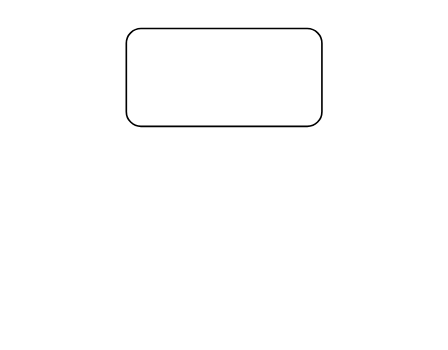
Above: 清纱器单节板流程图.drawio in duhunhh/Develop (draw.io), before the change. Source tidied: cells renumbered, new cells numbered last; positions are measured from the earlier drawing's top-left corner, leaving out a move shared by most shapes. Both pictures are drawn from the tidied source at 163%, with x=0, y=0 at pixel (126, 28).
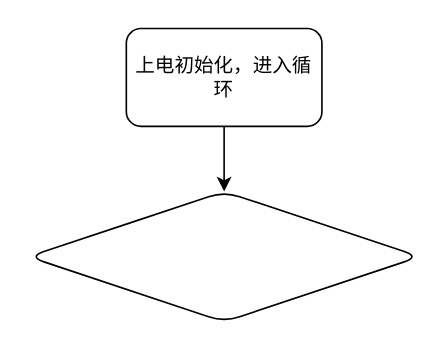
The same page after the edit.

Commit message:
更新清纱器单节板流程图.drawio

The edit, as a diff of the source:
```diff
@@
 <mxGraphModel>
   <root>
     <mxCell id="0" />
     <mxCell id="1" parent="0" />
+    <mxCell id="3" style="edgeStyle=orthogonalEdgeStyle;rounded=0;jettySize=auto;html=1;defaultLabelBackgroundColor=page;" parent="1" edge="1" source="2" target="4">
+      <mxGeometry relative="1" as="geometry" />
+    </mxCell>
-    <mxCell id="2" style="rounded=1;whiteSpace=wrap;html=1;roundedPerimeter=1;" parent="1" vertex="1">
+    <mxCell id="2" value="上电初始化，进入循环" style="rounded=1;whiteSpace=wrap;html=1;roundedPerimeter=1;" parent="1" vertex="1">
       <mxGeometry width="120" height="60" as="geometry" />
     </mxCell>
+    <mxCell id="4" style="rhombus;whiteSpace=wrap;html=1;shapeInside=1;rounded=1;roundedPerimeter=1;" parent="1" vertex="1">
+      <mxGeometry x="-60" y="100" width="240" height="80" as="geometry" />
+    </mxCell>
   </root>
 </mxGraphModel>
```
